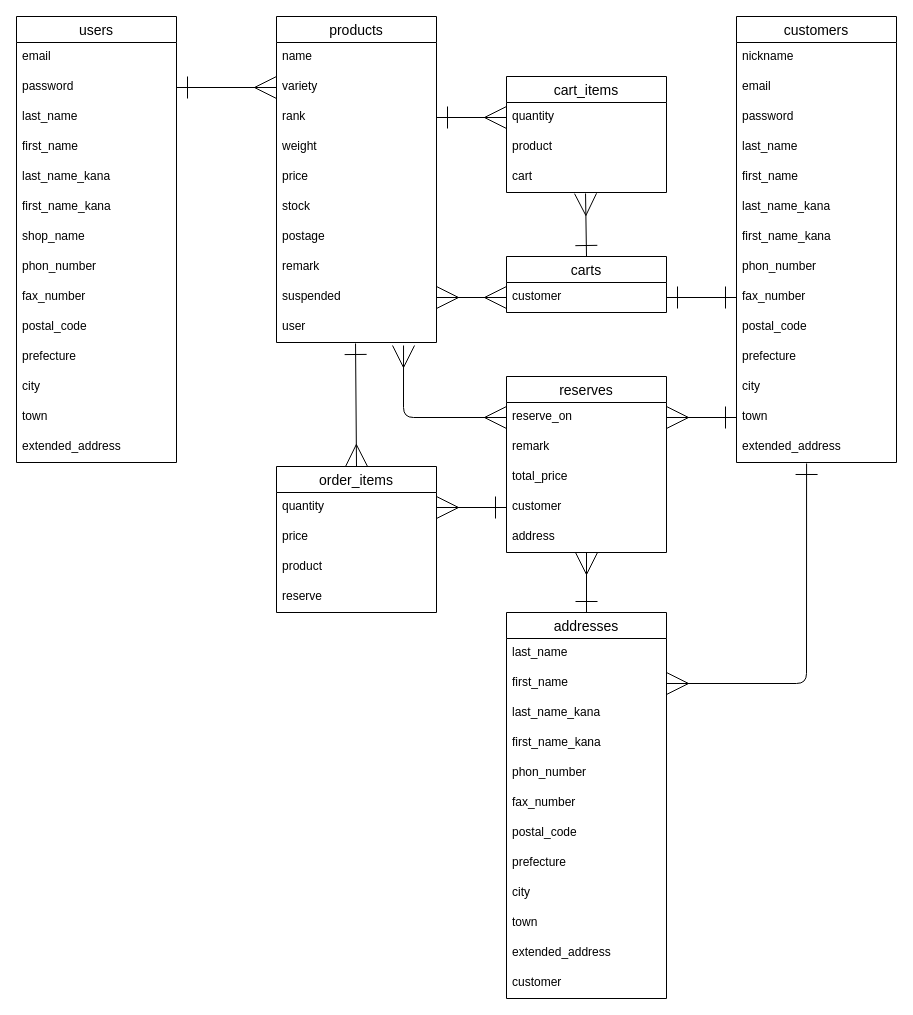
Above: ERD.dio in satoru0725/pearsales2_app (draw.io), before the change. Source tidied: cells renumbered, new cells numbered last; positions are measured from the earlier drawing's top-left corner, leaving out a move shared by most shapes. Both pictures are drawn from the tidied source at 100%, with x=0, y=0 at pixel (16, 16).
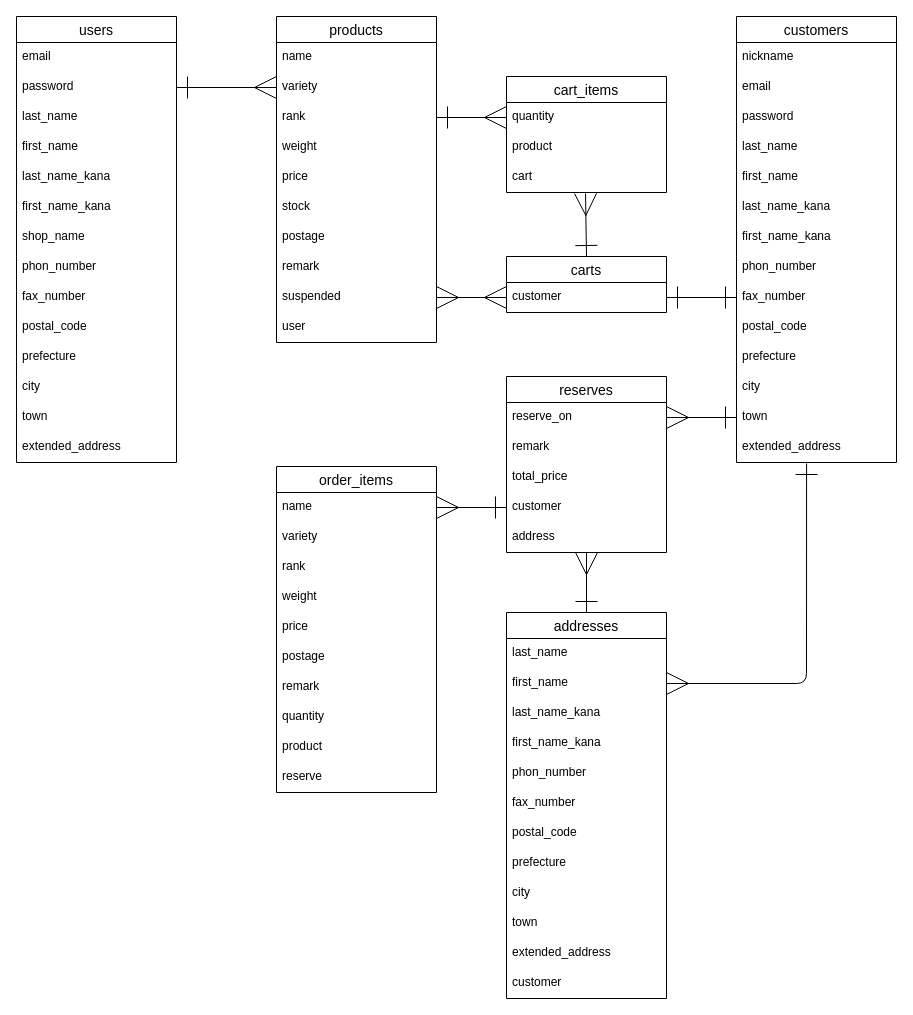
The same page after the edit.

The change refers to these unchanged cells:
```xml
<mxCell id="42" value="user" style="text;strokeColor=none;fillColor=none;spacingLeft=4;spacingRight=4;overflow=hidden;points=[[0,0.5],[1,0.5]];portConstraint=eastwest;fontSize=12;" parent="32" vertex="1">
  <mxGeometry y="296" width="160" height="30" as="geometry" />
</mxCell>
<mxCell id="52" value="reserve_on" style="text;strokeColor=none;fillColor=none;spacingLeft=4;spacingRight=4;overflow=hidden;points=[[0,0.5],[1,0.5]];portConstraint=eastwest;fontSize=12;" parent="51" vertex="1">
  <mxGeometry y="26" width="160" height="30" as="geometry" />
</mxCell>
<mxCell id="55" value="customer" style="text;strokeColor=none;fillColor=none;spacingLeft=4;spacingRight=4;overflow=hidden;points=[[0,0.5],[1,0.5]];portConstraint=eastwest;fontSize=12;" parent="51" vertex="1">
  <mxGeometry y="116" width="160" height="30" as="geometry" />
</mxCell>
```

Diff of the diagram source:
```diff
@@
-    <mxCell id="76" style="edgeStyle=none;html=1;exitX=0.5;exitY=0;exitDx=0;exitDy=0;entryX=0.494;entryY=1.033;entryDx=0;entryDy=0;entryPerimeter=0;startArrow=ERmany;startFill=0;endArrow=ERone;endFill=0;startSize=20;endSize=20;" parent="1" edge="1" source="77" target="42">
-      <mxGeometry relative="1" as="geometry" />
-    </mxCell>
     <mxCell id="77" value="order_items" style="swimlane;fontStyle=0;horizontal=1;startSize=26;align=center;fontSize=14;" parent="1" vertex="1">
-      <mxGeometry x="260" y="450" width="160" height="146" as="geometry" />
+      <mxGeometry x="260" y="450" width="160" height="326" as="geometry" />
     </mxCell>
+    <mxCell id="84" value="name" style="text;strokeColor=none;fillColor=none;spacingLeft=4;spacingRight=4;overflow=hidden;points=[[0,0.5],[1,0.5]];portConstraint=eastwest;fontSize=12;" parent="77" vertex="1">
+      <mxGeometry y="26" width="160" height="30" as="geometry" />
+    </mxCell>
+    <mxCell id="85" value="variety" style="text;strokeColor=none;fillColor=none;spacingLeft=4;spacingRight=4;overflow=hidden;fontSize=12;" parent="77" vertex="1">
+      <mxGeometry y="56" width="160" height="30" as="geometry" />
+    </mxCell>
+    <mxCell id="86" value="rank" style="text;strokeColor=none;fillColor=none;spacingLeft=4;spacingRight=4;overflow=hidden;fontSize=12;" parent="77" vertex="1">
+      <mxGeometry y="86" width="160" height="30" as="geometry" />
+    </mxCell>
+    <mxCell id="87" value="weight" style="text;strokeColor=none;fillColor=none;spacingLeft=4;spacingRight=4;overflow=hidden;fontSize=12;" parent="77" vertex="1">
+      <mxGeometry y="116" width="160" height="30" as="geometry" />
+    </mxCell>
-    <mxCell id="78" value="quantity" style="text;strokeColor=none;fillColor=none;spacingLeft=4;spacingRight=4;overflow=hidden;points=[[0,0.5],[1,0.5]];portConstraint=eastwest;fontSize=12;" parent="77" vertex="1">
-      <mxGeometry y="26" width="160" height="30" as="geometry" />
+    <mxCell id="78" value="price" style="text;strokeColor=none;fillColor=none;spacingLeft=4;spacingRight=4;overflow=hidden;points=[[0,0.5],[1,0.5]];portConstraint=eastwest;fontSize=12;" parent="77" vertex="1">
+      <mxGeometry y="146" width="160" height="30" as="geometry" />
     </mxCell>
+    <mxCell id="88" value="postage" style="text;strokeColor=none;fillColor=none;spacingLeft=4;spacingRight=4;overflow=hidden;fontSize=12;" parent="77" vertex="1">
+      <mxGeometry y="176" width="160" height="30" as="geometry" />
+    </mxCell>
+    <mxCell id="89" value="remark" style="text;strokeColor=none;fillColor=none;spacingLeft=4;spacingRight=4;overflow=hidden;fontSize=12;" parent="77" vertex="1">
+      <mxGeometry y="206" width="160" height="30" as="geometry" />
+    </mxCell>
-    <mxCell id="79" value="price" style="text;strokeColor=none;fillColor=none;spacingLeft=4;spacingRight=4;overflow=hidden;fontSize=12;" parent="77" vertex="1">
-      <mxGeometry y="56" width="160" height="30" as="geometry" />
+    <mxCell id="79" value="quantity" style="text;strokeColor=none;fillColor=none;spacingLeft=4;spacingRight=4;overflow=hidden;fontSize=12;" parent="77" vertex="1">
+      <mxGeometry y="236" width="160" height="30" as="geometry" />
     </mxCell>
     <mxCell id="80" value="product" style="text;strokeColor=none;fillColor=none;spacingLeft=4;spacingRight=4;overflow=hidden;fontSize=12;" parent="77" vertex="1">
-      <mxGeometry y="86" width="160" height="30" as="geometry" />
+      <mxGeometry y="266" width="160" height="30" as="geometry" />
     </mxCell>
     <mxCell id="81" value="reserve" style="text;strokeColor=none;fillColor=none;spacingLeft=4;spacingRight=4;overflow=hidden;fontSize=12;" parent="77" vertex="1">
-      <mxGeometry y="116" width="160" height="30" as="geometry" />
+      <mxGeometry y="296" width="160" height="30" as="geometry" />
     </mxCell>
-    <mxCell id="82" style="edgeStyle=none;html=1;exitX=1;exitY=0.5;exitDx=0;exitDy=0;entryX=0;entryY=0.5;entryDx=0;entryDy=0;startArrow=ERmany;startFill=0;endArrow=ERone;endFill=0;startSize=20;endSize=20;" parent="1" edge="1" source="78" target="55">
+    <mxCell id="82" style="edgeStyle=none;html=1;exitX=1;exitY=0.5;exitDx=0;exitDy=0;entryX=0;entryY=0.5;entryDx=0;entryDy=0;startArrow=ERmany;startFill=0;endArrow=ERone;endFill=0;startSize=20;endSize=20;" parent="1" edge="1" source="84" target="55">
       <mxGeometry relative="1" as="geometry" />
     </mxCell>
-    <mxCell id="83" style="edgeStyle=none;html=1;exitX=0;exitY=0.5;exitDx=0;exitDy=0;entryX=0.794;entryY=1.1;entryDx=0;entryDy=0;entryPerimeter=0;startArrow=ERmany;startFill=0;endArrow=ERmany;endFill=0;startSize=20;endSize=20;" parent="1" edge="1" source="52" target="42">
-      <mxGeometry relative="1" as="geometry">
-        <Array as="points">
-          <mxPoint x="387" y="401" />
-        </Array>
-      </mxGeometry>
-    </mxCell>
```
